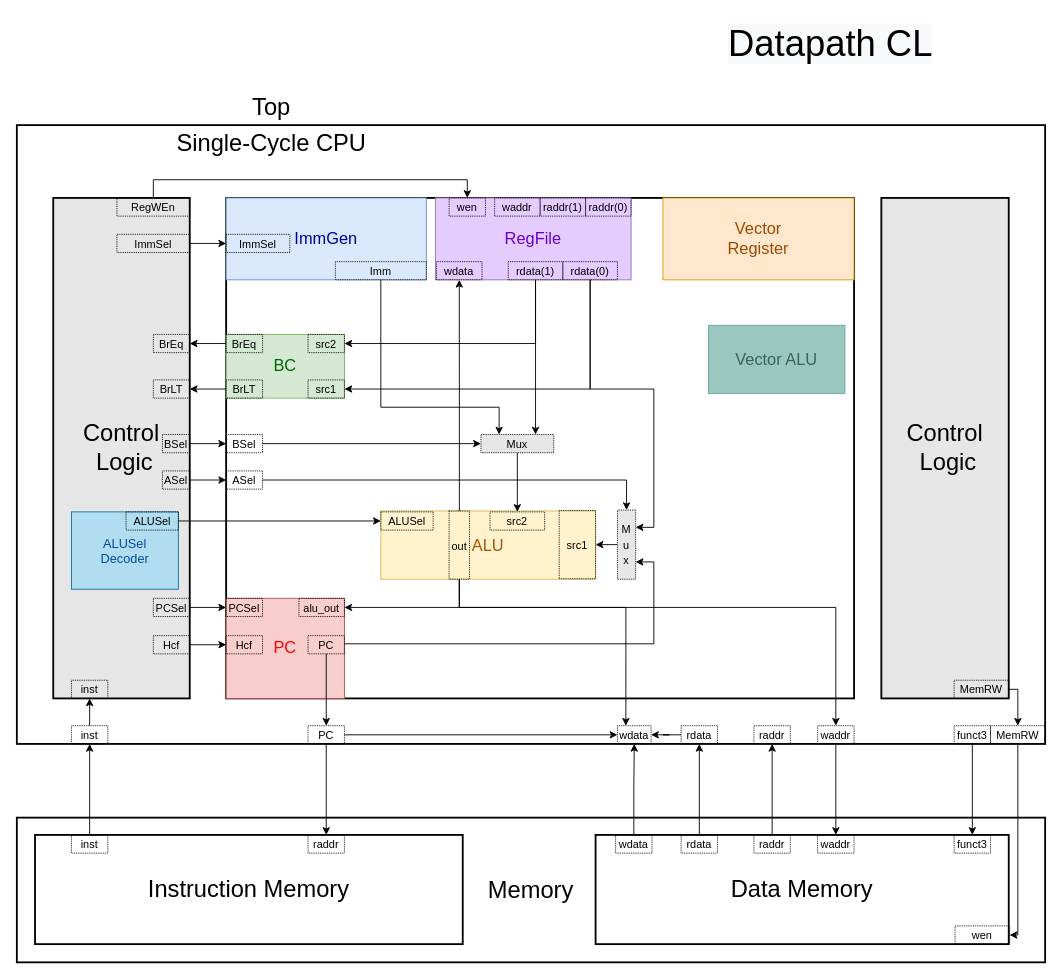
daniel100373/draw.io keeps this draw.io diagram as RV32V+RV32M CPU-top-level block diagram.drawio. Above is the earlier version. Source tidied: cells renumbered, new cells numbered last; positions are measured from the earlier drawing's top-left corner, leaving out a move shared by most shapes. Both pictures are drawn from the tidied source at 91%, with x=0, y=0 at pixel (16, 15).
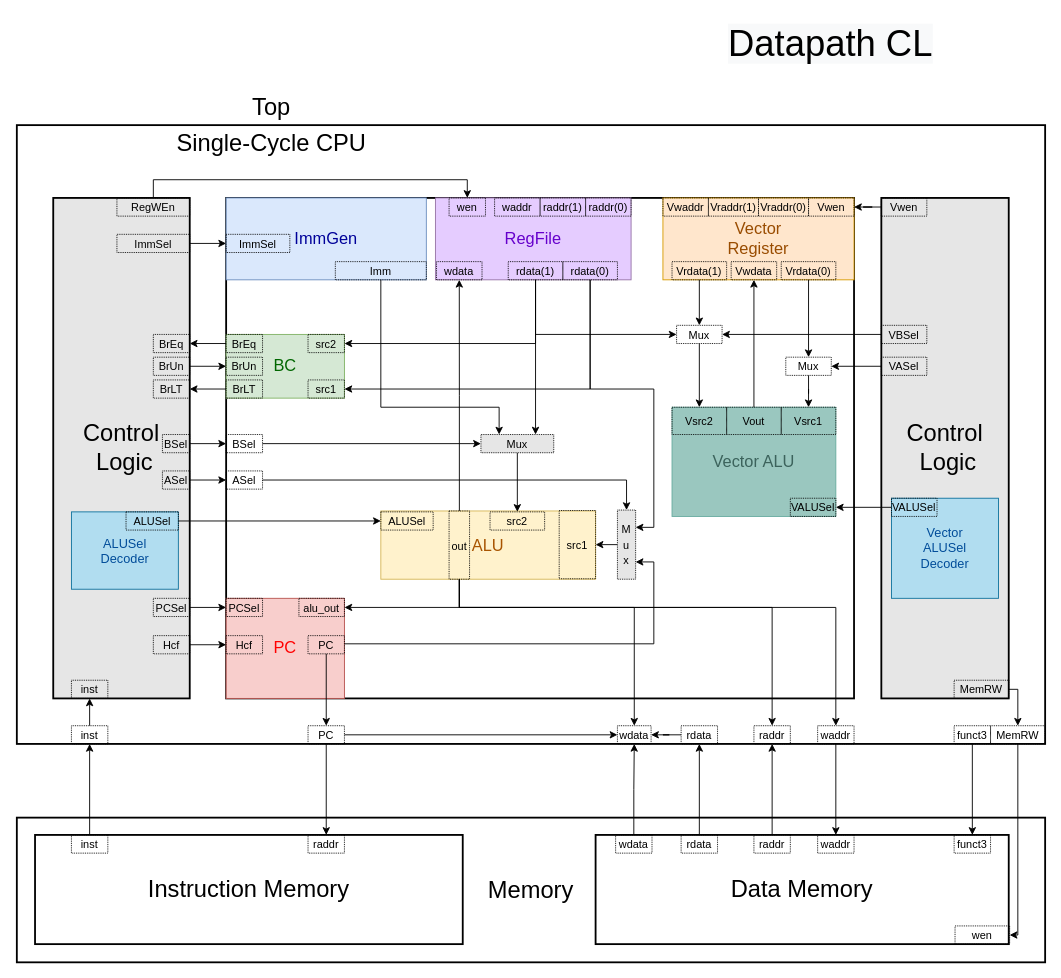
The same diagram, later.

Unchanged cells that the change refers to:
```xml
<mxCell id="26" value="&lt;font color=&quot;#000000&quot;&gt;&lt;span style=&quot;font-size: 12px&quot;&gt;rdata(1)&lt;/span&gt;&lt;/font&gt;" style="rounded=0;whiteSpace=wrap;html=1;labelBorderColor=none;fontSize=14;fontColor=#A680B8;fillColor=none;dashed=1;dashPattern=1 1;" parent="1" vertex="1">
  <mxGeometry x="540" y="270" width="60" height="20" as="geometry" />
</mxCell>
<mxCell id="48" value="&lt;font color=&quot;#000000&quot;&gt;&lt;span style=&quot;font-size: 12px&quot;&gt;out&lt;/span&gt;&lt;/font&gt;" style="rounded=0;whiteSpace=wrap;html=1;labelBorderColor=none;fontSize=14;fontColor=#A680B8;fillColor=none;dashed=1;dashPattern=1 1;" parent="1" vertex="1">
  <mxGeometry x="475" y="544" width="22.5" height="75" as="geometry" />
</mxCell>
<mxCell id="103" value="&lt;font color=&quot;#000000&quot;&gt;&lt;span style=&quot;font-size: 12px&quot;&gt;waddr&lt;/span&gt;&lt;/font&gt;" style="rounded=0;whiteSpace=wrap;html=1;labelBorderColor=none;fontSize=14;fontColor=#A680B8;fillColor=none;dashed=1;dashPattern=1 1;" parent="1" vertex="1">
  <mxGeometry x="880" y="780" width="40" height="20" as="geometry" />
</mxCell>
<mxCell id="104" value="&lt;font color=&quot;#000000&quot;&gt;&lt;span style=&quot;font-size: 12px&quot;&gt;wdata&lt;/span&gt;&lt;/font&gt;" style="rounded=0;whiteSpace=wrap;html=1;labelBorderColor=none;fontSize=14;fontColor=#A680B8;fillColor=none;dashed=1;dashPattern=1 1;" parent="1" vertex="1">
  <mxGeometry x="660" y="780" width="37" height="20" as="geometry" />
</mxCell>
<mxCell id="107" value="&lt;font color=&quot;#000000&quot; style=&quot;font-size: 12px&quot;&gt;raddr&lt;/font&gt;" style="rounded=0;whiteSpace=wrap;html=1;labelBorderColor=none;fontSize=14;fontColor=#A680B8;fillColor=none;dashed=1;dashPattern=1 1;" parent="1" vertex="1">
  <mxGeometry x="810" y="780" width="40" height="20" as="geometry" />
</mxCell>
```

The edit, as a diff of the source:
```diff
@@
     <mxCell id="16" value="&lt;font color=&quot;#3c635c&quot;&gt;Vector ALU&lt;/font&gt;" style="rounded=0;whiteSpace=wrap;html=1;labelBorderColor=none;fontSize=18;strokeColor=#67AB9F;fillColor=#9AC7BF;" parent="1" vertex="1">
-      <mxGeometry x="760" y="340" width="150" height="75" as="geometry" />
+      <mxGeometry x="720" y="430" width="180" height="120" as="geometry" />
     </mxCell>
@@
+    <mxCell id="108" style="edgeStyle=orthogonalEdgeStyle;rounded=0;jettySize=auto;html=1;entryX=0;entryY=0.5;entryDx=0;entryDy=0;fontSize=40;fontColor=#004C99;" parent="1" edge="1" source="26" target="135">
+      <mxGeometry relative="1" as="geometry">
+        <Array as="points">
+          <mxPoint x="570" y="350" />
+        </Array>
+      </mxGeometry>
+    </mxCell>
@@
+    <mxCell id="47" style="edgeStyle=orthogonalEdgeStyle;rounded=0;jettySize=auto;html=1;entryX=0.5;entryY=0;entryDx=0;entryDy=0;fontSize=40;fontColor=#004C99;" parent="1" edge="1" source="48" target="103">
+      <mxGeometry relative="1" as="geometry">
+        <Array as="points">
+          <mxPoint x="486" y="650" />
+          <mxPoint x="900" y="650" />
+        </Array>
+      </mxGeometry>
+    </mxCell>
-    <mxCell id="46" style="edgeStyle=orthogonalEdgeStyle;rounded=0;jettySize=auto;html=1;fontSize=40;fontColor=#004C99;entryX=0.25;entryY=0;entryDx=0;entryDy=0;" parent="1" edge="1" source="48" target="104">
+    <mxCell id="46" style="edgeStyle=orthogonalEdgeStyle;rounded=0;jettySize=auto;html=1;entryX=0.5;entryY=0;entryDx=0;entryDy=0;fontSize=40;fontColor=#004C99;" parent="1" edge="1" source="48" target="104">
       <mxGeometry relative="1" as="geometry">
         <Array as="points">
           <mxPoint x="486" y="650" />
-          <mxPoint x="670" y="650" />
-          <mxPoint x="670" y="780" />
+          <mxPoint x="679" y="650" />
         </Array>
       </mxGeometry>
     </mxCell>
-    <mxCell id="47" style="edgeStyle=orthogonalEdgeStyle;rounded=0;jettySize=auto;html=1;entryX=0.5;entryY=0;entryDx=0;entryDy=0;fontSize=40;fontColor=#004C99;" parent="1" edge="1" source="48" target="103">
-      <mxGeometry relative="1" as="geometry">
-        <Array as="points">
-          <mxPoint x="486" y="650" />
-          <mxPoint x="900" y="650" />
-        </Array>
-      </mxGeometry>
-    </mxCell>
+    <mxCell id="109" style="edgeStyle=orthogonalEdgeStyle;rounded=0;jettySize=auto;html=1;fontSize=40;fontColor=#004C99;" parent="1" edge="1" source="48" target="107">
+      <mxGeometry relative="1" as="geometry">
+        <Array as="points">
+          <mxPoint x="486" y="650" />
+          <mxPoint x="830" y="650" />
+        </Array>
+      </mxGeometry>
+    </mxCell>
@@
+    <mxCell id="110" style="edgeStyle=orthogonalEdgeStyle;rounded=0;jettySize=auto;html=1;entryX=0;entryY=0.5;entryDx=0;entryDy=0;fontSize=40;fontColor=#004C99;" parent="1" edge="1" source="111" target="112">
+      <mxGeometry relative="1" as="geometry" />
+    </mxCell>
+    <mxCell id="111" value="&lt;font color=&quot;#000000&quot;&gt;&lt;span style=&quot;font-size: 12px&quot;&gt;BrUn&lt;/span&gt;&lt;/font&gt;" style="rounded=0;whiteSpace=wrap;html=1;labelBorderColor=none;fontSize=14;fontColor=#A680B8;fillColor=none;dashed=1;dashPattern=1 1;" parent="1" vertex="1">
+      <mxGeometry x="150" y="375" width="40" height="20" as="geometry" />
+    </mxCell>
+    <mxCell id="112" value="&lt;font color=&quot;#000000&quot;&gt;&lt;span style=&quot;font-size: 12px&quot;&gt;BrUn&lt;/span&gt;&lt;/font&gt;" style="rounded=0;whiteSpace=wrap;html=1;labelBorderColor=none;fontSize=14;fontColor=#A680B8;fillColor=none;dashed=1;dashPattern=1 1;" parent="1" vertex="1">
+      <mxGeometry x="230" y="375" width="40" height="20" as="geometry" />
+    </mxCell>
+    <mxCell id="113" value="&lt;span style=&quot;color: rgb(0 , 0 , 0) ; font-size: 12px&quot;&gt;Vwen&lt;/span&gt;" style="rounded=0;whiteSpace=wrap;html=1;labelBorderColor=none;fontSize=14;fontColor=#A680B8;fillColor=none;dashed=1;dashPattern=1 1;" parent="1" vertex="1">
+      <mxGeometry x="870" y="200" width="50" height="20" as="geometry" />
+    </mxCell>
+    <mxCell id="114" style="edgeStyle=orthogonalEdgeStyle;rounded=0;jettySize=auto;html=1;entryX=1;entryY=0.5;entryDx=0;entryDy=0;fontSize=40;fontColor=#004C99;" parent="1" edge="1" source="115" target="113">
+      <mxGeometry relative="1" as="geometry" />
+    </mxCell>
+    <mxCell id="115" value="&lt;span style=&quot;color: rgb(0 , 0 , 0) ; font-size: 12px&quot;&gt;Vwen&lt;/span&gt;" style="rounded=0;whiteSpace=wrap;html=1;labelBorderColor=none;fontSize=14;fontColor=#A680B8;fillColor=none;dashed=1;dashPattern=1 1;" parent="1" vertex="1">
+      <mxGeometry x="950" y="200" width="50" height="20" as="geometry" />
+    </mxCell>
+    <mxCell id="116" value="&lt;font color=&quot;#000000&quot;&gt;&lt;span style=&quot;font-size: 12px&quot;&gt;Vwaddr&lt;/span&gt;&lt;/font&gt;" style="rounded=0;whiteSpace=wrap;html=1;labelBorderColor=none;fontSize=14;fontColor=#A680B8;fillColor=none;dashed=1;dashPattern=1 1;" parent="1" vertex="1">
+      <mxGeometry x="710" y="200" width="50" height="20" as="geometry" />
+    </mxCell>
+    <mxCell id="117" value="&lt;font color=&quot;#000000&quot;&gt;&lt;span style=&quot;font-size: 12px&quot;&gt;Vwdata&lt;/span&gt;&lt;/font&gt;" style="rounded=0;whiteSpace=wrap;html=1;labelBorderColor=none;fontSize=14;fontColor=#A680B8;fillColor=none;dashed=1;dashPattern=1 1;" parent="1" vertex="1">
+      <mxGeometry x="785" y="270" width="50" height="20" as="geometry" />
+    </mxCell>
+    <mxCell id="118" value="&lt;font color=&quot;#000000&quot;&gt;&lt;span style=&quot;font-size: 12px&quot;&gt;Vraddr(1)&lt;/span&gt;&lt;/font&gt;" style="rounded=0;whiteSpace=wrap;html=1;labelBorderColor=none;fontSize=14;fontColor=#A680B8;fillColor=none;dashed=1;dashPattern=1 1;" parent="1" vertex="1">
+      <mxGeometry x="760" y="200" width="55" height="20" as="geometry" />
+    </mxCell>
+    <mxCell id="119" value="&lt;font color=&quot;#000000&quot;&gt;&lt;span style=&quot;font-size: 12px&quot;&gt;Vraddr(0)&lt;/span&gt;&lt;/font&gt;" style="rounded=0;whiteSpace=wrap;html=1;labelBorderColor=none;fontSize=14;fontColor=#A680B8;fillColor=none;dashed=1;dashPattern=1 1;" parent="1" vertex="1">
+      <mxGeometry x="815" y="200" width="55" height="20" as="geometry" />
+    </mxCell>
+    <mxCell id="120" style="edgeStyle=orthogonalEdgeStyle;rounded=0;jettySize=auto;html=1;fontSize=40;fontColor=#004C99;" parent="1" edge="1" source="121" target="135">
+      <mxGeometry relative="1" as="geometry" />
+    </mxCell>
+    <mxCell id="121" value="&lt;font color=&quot;#000000&quot;&gt;&lt;span style=&quot;font-size: 12px&quot;&gt;Vrdata(1)&lt;/span&gt;&lt;/font&gt;" style="rounded=0;whiteSpace=wrap;html=1;labelBorderColor=none;fontSize=14;fontColor=#A680B8;fillColor=none;dashed=1;dashPattern=1 1;" parent="1" vertex="1">
+      <mxGeometry x="720" y="270" width="60" height="20" as="geometry" />
+    </mxCell>
+    <mxCell id="122" style="edgeStyle=orthogonalEdgeStyle;rounded=0;jettySize=auto;html=1;exitX=0.5;exitY=1;exitDx=0;exitDy=0;fontSize=40;fontColor=#004C99;" parent="1" edge="1" source="123" target="131">
+      <mxGeometry relative="1" as="geometry" />
+    </mxCell>
+    <mxCell id="123" value="&lt;font color=&quot;#000000&quot;&gt;&lt;span style=&quot;font-size: 12px&quot;&gt;Vrdata(0)&lt;/span&gt;&lt;/font&gt;" style="rounded=0;whiteSpace=wrap;html=1;labelBorderColor=none;fontSize=14;fontColor=#A680B8;fillColor=none;dashed=1;dashPattern=1 1;" parent="1" vertex="1">
+      <mxGeometry x="840" y="270" width="60" height="20" as="geometry" />
+    </mxCell>
+    <mxCell id="124" value="&lt;font color=&quot;#000000&quot;&gt;&lt;span style=&quot;font-size: 12px&quot;&gt;Vsrc1&lt;/span&gt;&lt;/font&gt;" style="rounded=0;whiteSpace=wrap;html=1;labelBorderColor=none;fontSize=14;fontColor=#A680B8;fillColor=none;dashed=1;dashPattern=1 1;" parent="1" vertex="1">
+      <mxGeometry x="840" y="430" width="60" height="30" as="geometry" />
+    </mxCell>
+    <mxCell id="125" value="&lt;font color=&quot;#000000&quot;&gt;&lt;span style=&quot;font-size: 12px&quot;&gt;Vsrc2&lt;/span&gt;&lt;/font&gt;" style="rounded=0;whiteSpace=wrap;html=1;labelBorderColor=none;fontSize=14;fontColor=#A680B8;fillColor=none;dashed=1;dashPattern=1 1;" parent="1" vertex="1">
+      <mxGeometry x="720" y="430" width="60" height="30" as="geometry" />
+    </mxCell>
+    <mxCell id="126" style="edgeStyle=orthogonalEdgeStyle;rounded=0;jettySize=auto;html=1;fontSize=40;fontColor=#004C99;" parent="1" edge="1" source="127" target="117">
+      <mxGeometry relative="1" as="geometry" />
+    </mxCell>
+    <mxCell id="127" value="&lt;font color=&quot;#000000&quot;&gt;&lt;span style=&quot;font-size: 12px&quot;&gt;Vout&lt;/span&gt;&lt;/font&gt;" style="rounded=0;whiteSpace=wrap;html=1;labelBorderColor=none;fontSize=14;fontColor=#A680B8;fillColor=none;dashed=1;dashPattern=1 1;" parent="1" vertex="1">
+      <mxGeometry x="780" y="430" width="60" height="30" as="geometry" />
+    </mxCell>
+    <mxCell id="128" style="edgeStyle=orthogonalEdgeStyle;rounded=0;jettySize=auto;html=1;exitX=0;exitY=0.5;exitDx=0;exitDy=0;entryX=1;entryY=0.5;entryDx=0;entryDy=0;fontSize=40;fontColor=#004C99;" parent="1" edge="1" source="129" target="131">
+      <mxGeometry relative="1" as="geometry" />
+    </mxCell>
+    <mxCell id="129" value="&lt;span style=&quot;color: rgb(0 , 0 , 0) ; font-size: 12px&quot;&gt;VASel&lt;/span&gt;" style="rounded=0;whiteSpace=wrap;html=1;labelBorderColor=none;fontSize=14;fontColor=#A680B8;fillColor=none;dashed=1;dashPattern=1 1;" parent="1" vertex="1">
+      <mxGeometry x="950" y="375" width="50" height="20" as="geometry" />
+    </mxCell>
+    <mxCell id="130" style="edgeStyle=orthogonalEdgeStyle;rounded=0;jettySize=auto;html=1;fontSize=40;fontColor=#004C99;" parent="1" edge="1" source="131" target="124">
+      <mxGeometry relative="1" as="geometry" />
+    </mxCell>
+    <mxCell id="131" value="&lt;span style=&quot;color: rgb(0 , 0 , 0) ; font-size: 12px&quot;&gt;Mux&lt;/span&gt;" style="rounded=0;whiteSpace=wrap;html=1;labelBorderColor=none;fontSize=14;fontColor=#A680B8;fillColor=none;dashed=1;dashPattern=1 1;" parent="1" vertex="1">
+      <mxGeometry x="845" y="375" width="50" height="20" as="geometry" />
+    </mxCell>
+    <mxCell id="132" style="edgeStyle=orthogonalEdgeStyle;rounded=0;jettySize=auto;html=1;entryX=1;entryY=0.5;entryDx=0;entryDy=0;fontSize=40;fontColor=#004C99;" parent="1" edge="1" source="133" target="135">
+      <mxGeometry relative="1" as="geometry" />
+    </mxCell>
+    <mxCell id="133" value="&lt;span style=&quot;color: rgb(0 , 0 , 0) ; font-size: 12px&quot;&gt;VBSel&lt;/span&gt;" style="rounded=0;whiteSpace=wrap;html=1;labelBorderColor=none;fontSize=14;fontColor=#A680B8;fillColor=none;dashed=1;dashPattern=1 1;" parent="1" vertex="1">
+      <mxGeometry x="950" y="340" width="50" height="20" as="geometry" />
+    </mxCell>
+    <mxCell id="134" style="edgeStyle=orthogonalEdgeStyle;rounded=0;jettySize=auto;html=1;fontSize=40;fontColor=#004C99;" parent="1" edge="1" source="135" target="125">
+      <mxGeometry relative="1" as="geometry" />
+    </mxCell>
+    <mxCell id="135" value="&lt;span style=&quot;color: rgb(0 , 0 , 0) ; font-size: 12px&quot;&gt;Mux&lt;/span&gt;" style="rounded=0;whiteSpace=wrap;html=1;labelBorderColor=none;fontSize=14;fontColor=#A680B8;fillColor=none;dashed=1;dashPattern=1 1;" parent="1" vertex="1">
+      <mxGeometry x="725" y="340" width="50" height="20" as="geometry" />
+    </mxCell>
+    <mxCell id="136" value="&lt;font style=&quot;font-size: 14px&quot; color=&quot;#004c99&quot;&gt;Vector &lt;br&gt;ALUSel &lt;br&gt;Decoder&lt;/font&gt;" style="rounded=0;whiteSpace=wrap;html=1;fillColor=#b1ddf0;strokeColor=#10739e;" parent="1" vertex="1">
+      <mxGeometry x="961.2" y="530" width="117.5" height="110" as="geometry" />
+    </mxCell>
+    <mxCell id="137" style="edgeStyle=orthogonalEdgeStyle;rounded=0;jettySize=auto;html=1;entryX=1;entryY=0.5;entryDx=0;entryDy=0;fontSize=40;fontColor=#004C99;" parent="1" edge="1" source="138" target="139">
+      <mxGeometry relative="1" as="geometry" />
+    </mxCell>
+    <mxCell id="138" value="&lt;span style=&quot;color: rgb(0 , 0 , 0) ; font-size: 12px&quot;&gt;VALUSel&lt;/span&gt;" style="rounded=0;whiteSpace=wrap;html=1;labelBorderColor=none;fontSize=14;fontColor=#A680B8;fillColor=none;dashed=1;dashPattern=1 1;" parent="1" vertex="1">
+      <mxGeometry x="961.2" y="530" width="50" height="20" as="geometry" />
+    </mxCell>
+    <mxCell id="139" value="&lt;span style=&quot;color: rgb(0 , 0 , 0) ; font-size: 12px&quot;&gt;VALUSel&lt;/span&gt;" style="rounded=0;whiteSpace=wrap;html=1;labelBorderColor=none;fontSize=14;fontColor=#A680B8;fillColor=none;dashed=1;dashPattern=1 1;" parent="1" vertex="1">
+      <mxGeometry x="850" y="530" width="50" height="20" as="geometry" />
+    </mxCell>
```
